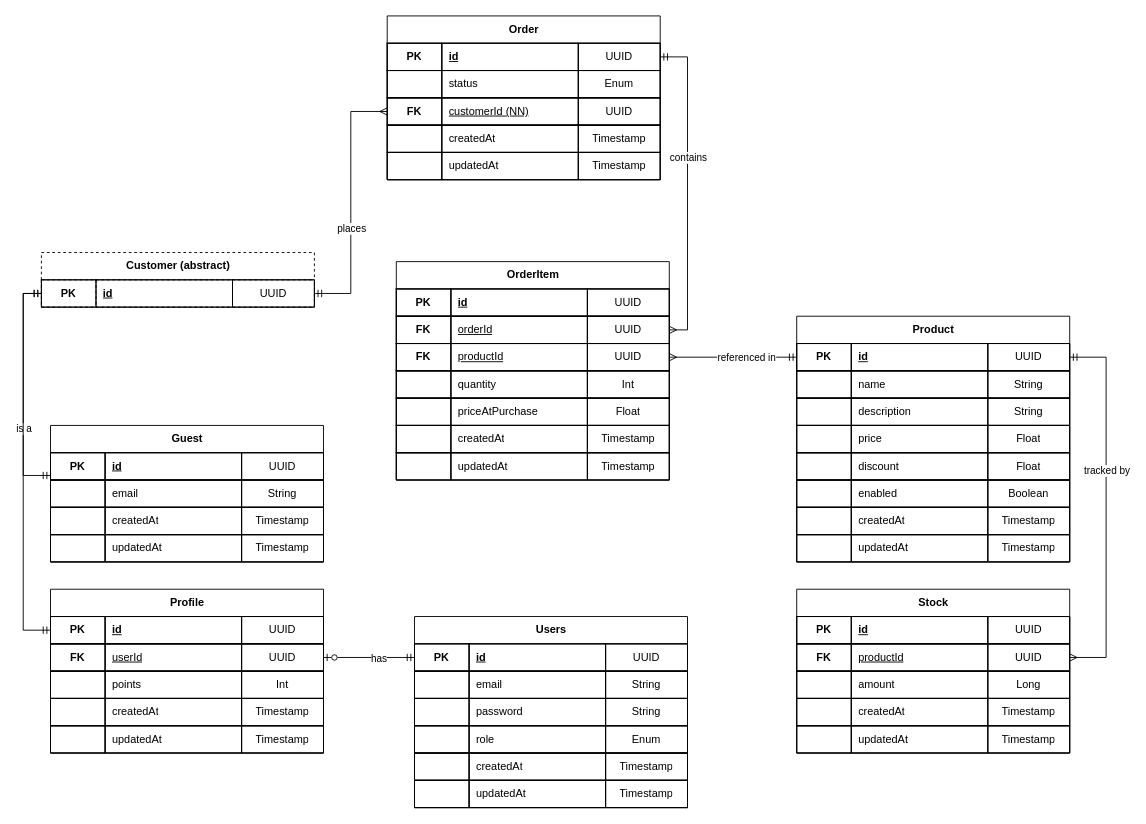
Before: docs/erd.drawio in Bulgaria2026/MicroMarketApi, a draw.io diagram. Source tidied: cells renumbered, new cells numbered last; positions are measured from the earlier drawing's top-left corner, leaving out a move shared by most shapes. Both pictures are drawn from the tidied source at 91%, with x=0, y=0 at pixel (23, 15).
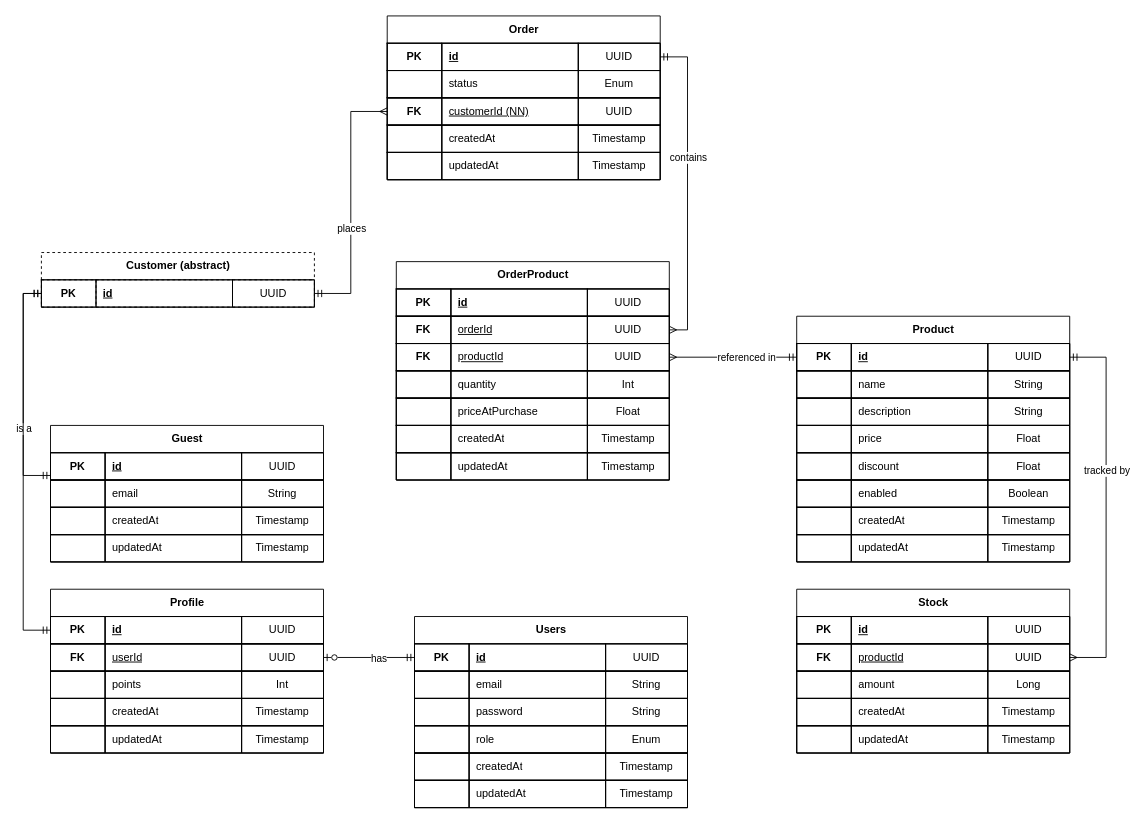
The same page after the edit.

Commit message (it also covers changes not shown here):
#13: change OrderItem to OrderProduct

Change to the diagram source:
```diff
@@
-    <mxCell id="91" value="OrderItem" style="shape=table;startSize=30;childLayout=tableLayout;rowLines=1;fontStyle=1;align=center;html=1;" parent="1" vertex="1">
+    <mxCell id="91" value="OrderProduct" style="shape=table;startSize=30;childLayout=tableLayout;rowLines=1;fontStyle=1;align=center;html=1;" parent="1" vertex="1">
       <mxGeometry x="410" y="270" width="300" height="240" as="geometry" />
     </mxCell>
```
